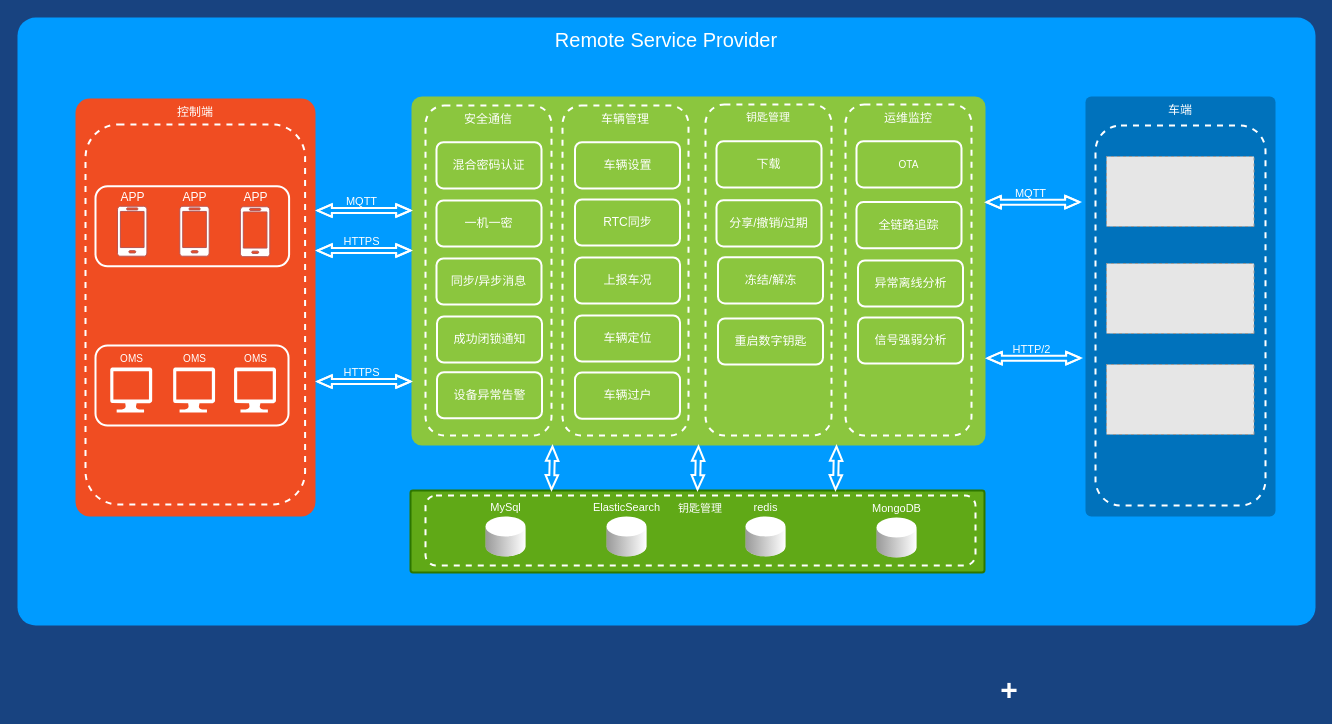
Before: rsp.drawio in jianguocong/chart, a draw.io diagram. Source tidied: cells renumbered, new cells numbered last; positions are measured from the earlier drawing's top-left corner, leaving out a move shared by most shapes. Both pictures are drawn from the tidied source at 100%, with x=0, y=0 at pixel (17, 17). Pictures stored in the file or linked from it are replaced by grey dashed boxes.
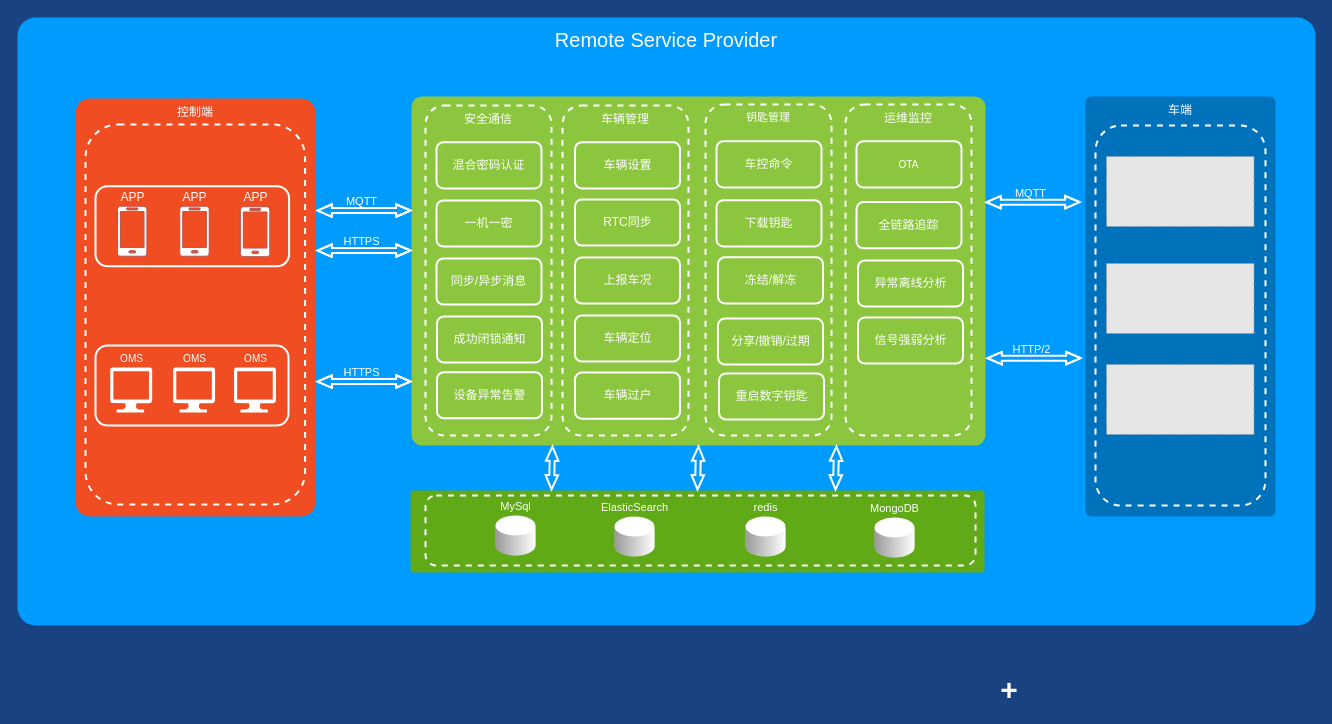
The same diagram, later.

The edit, as a diff of the source:
```diff
@@
-    <mxCell id="26" value="分享/撤销/过期" style="rounded=1;whiteSpace=wrap;html=1;shadow=0;strokeWidth=2;fillColor=none;fontSize=12;fontColor=#FFFFFF;align=center;strokeColor=#FFFFFF;" parent="1" vertex="1">
+    <mxCell id="26" value="下载钥匙" style="rounded=1;whiteSpace=wrap;html=1;shadow=0;strokeWidth=2;fillColor=none;fontSize=12;fontColor=#FFFFFF;align=center;strokeColor=#FFFFFF;" parent="1" vertex="1">
       <mxGeometry x="699" y="182.8" width="105" height="46.1" as="geometry" />
     </mxCell>
-    <mxCell id="27" value="下载" style="rounded=1;whiteSpace=wrap;html=1;shadow=0;strokeWidth=2;fillColor=none;fontSize=12;fontColor=#FFFFFF;align=center;strokeColor=#FFFFFF;" parent="1" vertex="1">
+    <mxCell id="27" value="车控命令" style="rounded=1;whiteSpace=wrap;html=1;shadow=0;strokeWidth=2;fillColor=none;fontSize=12;fontColor=#FFFFFF;align=center;strokeColor=#FFFFFF;" parent="1" vertex="1">
       <mxGeometry x="699" y="123.8" width="105" height="46.1" as="geometry" />
     </mxCell>
@@
-    <mxCell id="29" value="重启数字钥匙" style="rounded=1;whiteSpace=wrap;html=1;shadow=0;strokeWidth=2;fillColor=none;fontSize=12;fontColor=#FFFFFF;align=center;strokeColor=#FFFFFF;" parent="1" vertex="1">
+    <mxCell id="29" value="分享/撤销/过期" style="rounded=1;whiteSpace=wrap;html=1;shadow=0;strokeWidth=2;fillColor=none;fontSize=12;fontColor=#FFFFFF;align=center;strokeColor=#FFFFFF;" parent="1" vertex="1">
       <mxGeometry x="700.5" y="300.9" width="105" height="46.1" as="geometry" />
     </mxCell>
@@
-    <mxCell id="47" style="rounded=1;whiteSpace=wrap;html=1;shadow=0;strokeWidth=2;fillColor=#60a917;fontSize=12;align=center;strokeColor=#2D7600;arcSize=3;fontColor=#ffffff;" parent="1" vertex="1">
+    <mxCell id="47" style="rounded=1;whiteSpace=wrap;html=1;shadow=0;strokeWidth=2;fillColor=#60a917;fontSize=12;align=center;strokeColor=none;arcSize=3;fontColor=#ffffff;" parent="1" vertex="1">
       <mxGeometry x="393" y="473" width="574" height="81.9" as="geometry" />
     </mxCell>
+    <mxCell id="55" style="rounded=1;whiteSpace=wrap;html=1;shadow=0;strokeWidth=2;fillColor=none;fontSize=11;fontColor=#FFFFFF;align=center;strokeColor=#FFFFFF;dashed=1;verticalAlign=top;" parent="1" vertex="1">
+      <mxGeometry x="408" y="478" width="550" height="70" as="geometry" />
+    </mxCell>
     <mxCell id="48" value="ElasticSearch" style="verticalLabelPosition=top;verticalAlign=bottom;html=1;shape=mxgraph.infographic.cylinder;fillColor=#FFFFFF;strokeColor=none;labelBackgroundColor=none;fontSize=11;fontColor=#FFFFFF;labelPosition=center;align=center;" parent="1" vertex="1">
-      <mxGeometry x="589" y="498.9" width="40" height="40" as="geometry" />
+      <mxGeometry x="597" y="498.9" width="40" height="40" as="geometry" />
     </mxCell>
-    <mxCell id="49" value="redis" style="verticalLabelPosition=top;verticalAlign=bottom;html=1;shape=mxgraph.infographic.cylinder;fillColor=#FFFFFF;strokeColor=none;labelBackgroundColor=none;fontSize=11;fontColor=#FFFFFF;labelPosition=center;align=center;" parent="1" vertex="1">
+    <mxCell id="49" value="redis" style="verticalLabelPosition=top;verticalAlign=bottom;html=1;shape=mxgraph.infographic.cylinder;fillColor=#FFFFFF;strokeColor=none;labelBackgroundColor=none;fontSize=11;fontColor=#FFFFFF;labelPosition=center;align=center;shadow=0;" parent="1" vertex="1">
       <mxGeometry x="728" y="498.9" width="40" height="40" as="geometry" />
     </mxCell>
-    <mxCell id="50" value="MongoDB" style="verticalLabelPosition=top;verticalAlign=bottom;html=1;shape=mxgraph.infographic.cylinder;fillColor=#FFFFFF;strokeColor=none;labelBackgroundColor=none;fontSize=11;fontColor=#FFFFFF;labelPosition=center;align=center;" parent="1" vertex="1">
-      <mxGeometry x="859" y="499.9" width="40" height="40" as="geometry" />
+    <mxCell id="50" value="MongoDB" style="verticalLabelPosition=top;verticalAlign=bottom;html=1;shape=mxgraph.infographic.cylinder;fillColor=#FFFFFF;strokeColor=none;labelBackgroundColor=none;fontSize=11;fontColor=#FFFFFF;labelPosition=center;align=center;sketch=0;shadow=0;" parent="1" vertex="1">
+      <mxGeometry x="857" y="499.9" width="40" height="40" as="geometry" />
     </mxCell>
-    <mxCell id="51" value="MySql" style="verticalLabelPosition=top;verticalAlign=bottom;html=1;shape=mxgraph.infographic.cylinder;fillColor=#FFFFFF;strokeColor=none;labelBackgroundColor=none;fontSize=11;fontColor=#FFFFFF;labelPosition=center;align=center;" parent="1" vertex="1">
-      <mxGeometry x="468" y="498.9" width="40" height="40" as="geometry" />
-    </mxCell>
@@
-    <mxCell id="55" value="钥匙管理" style="rounded=1;whiteSpace=wrap;html=1;shadow=0;strokeWidth=2;fillColor=none;fontSize=11;fontColor=#FFFFFF;align=center;strokeColor=#FFFFFF;dashed=1;verticalAlign=top;" parent="1" vertex="1">
-      <mxGeometry x="408" y="478" width="550" height="70" as="geometry" />
-    </mxCell>
@@
+    <mxCell id="64" value="重启数字钥匙" style="rounded=1;whiteSpace=wrap;html=1;shadow=0;strokeWidth=2;fillColor=none;fontSize=12;fontColor=#FFFFFF;align=center;strokeColor=#FFFFFF;" parent="1" vertex="1">
+      <mxGeometry x="701.5" y="355.9" width="105" height="46.1" as="geometry" />
+    </mxCell>
+    <mxCell id="51" value="MySql" style="verticalLabelPosition=top;verticalAlign=bottom;html=1;shape=mxgraph.infographic.cylinder;fillColor=#FFFFFF;strokeColor=none;labelBackgroundColor=none;fontSize=11;fontColor=#FFFFFF;labelPosition=center;align=center;direction=east;" parent="1" vertex="1">
+      <mxGeometry x="478" y="498" width="40" height="40" as="geometry" />
+    </mxCell>
```
